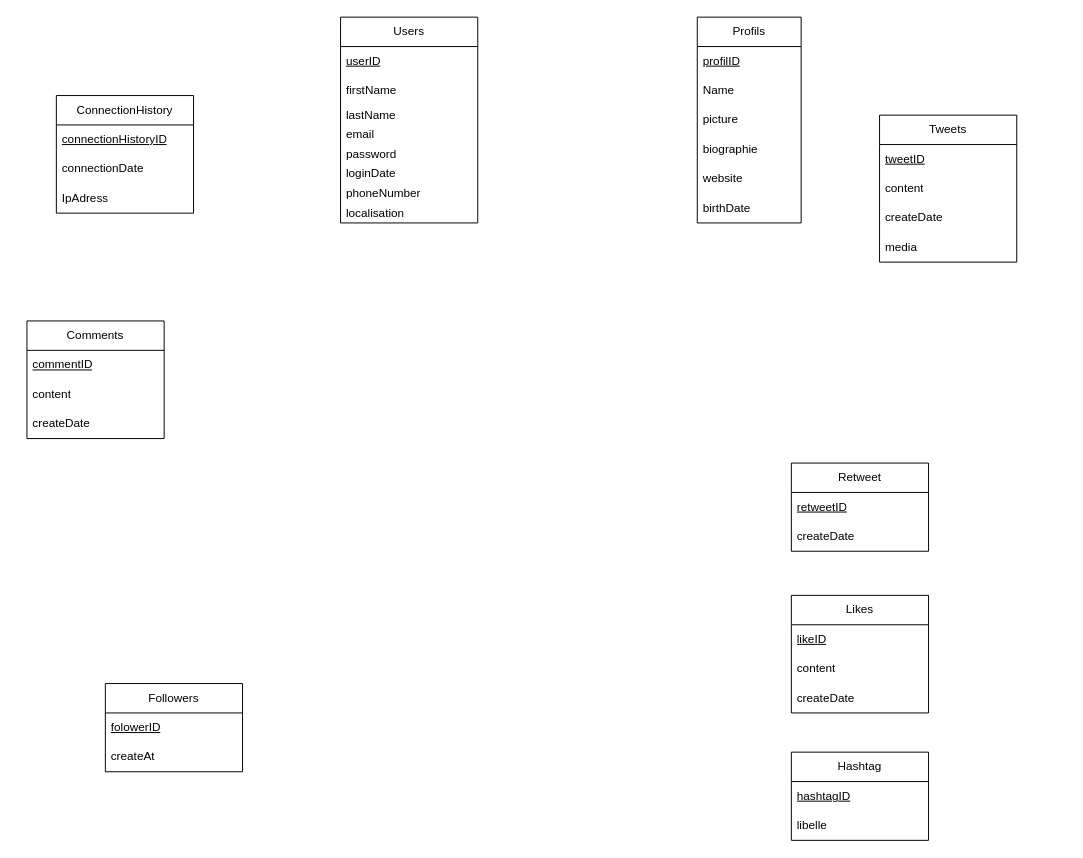
This is MCD XCLONE.drawio from Claude-Mutela/mcd-diagramme, a draw.io file, before an edit. Source tidied: cells renumbered, new cells numbered last; positions are measured from the earlier drawing's top-left corner, leaving out a move shared by most shapes. Both pictures are drawn from the tidied source at 98%, with x=0, y=0 at pixel (26, 17).
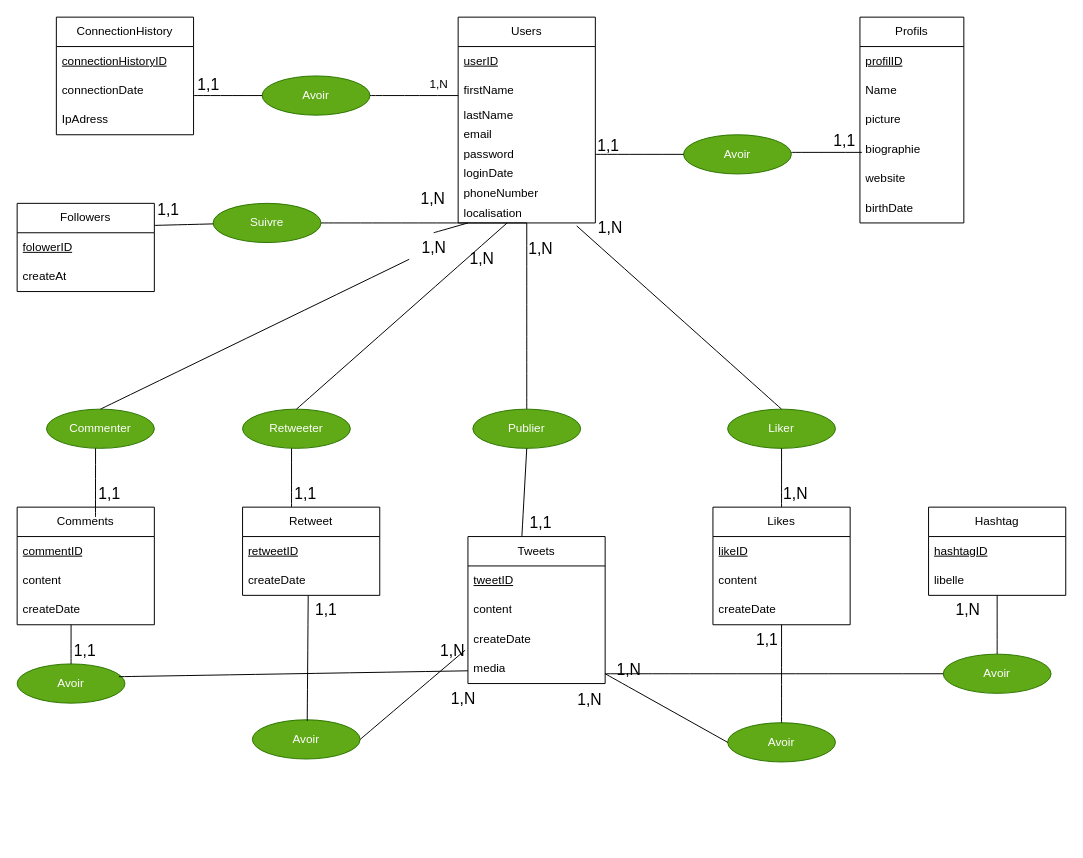
The same diagram, later.

Commit message:
Ajout des relations et cardinalité MCD XCLONE.drawio

The change refers to these unchanged cells:
```xml
<mxCell id="7" value="password" style="text;align=left;verticalAlign=middle;spacingLeft=4;spacingRight=4;overflow=hidden;points=[[0,0.5],[1,0.5]];portConstraint=eastwest;whiteSpace=wrap;html=1;" parent="2" vertex="1">
  <mxGeometry y="130" width="140" height="20" as="geometry" />
</mxCell>
<mxCell id="10" value="localisation" style="text;align=left;verticalAlign=middle;spacingLeft=4;spacingRight=4;overflow=hidden;points=[[0,0.5],[1,0.5]];portConstraint=eastwest;whiteSpace=wrap;html=1;" parent="2" vertex="1">
  <mxGeometry y="190" width="140" height="20" as="geometry" />
</mxCell>
<mxCell id="26" value="media" style="text;strokeColor=none;fillColor=none;align=left;verticalAlign=middle;spacingLeft=4;spacingRight=4;overflow=hidden;points=[[0,0.5],[1,0.5]];portConstraint=eastwest;whiteSpace=wrap;html=1;" parent="22" vertex="1">
  <mxGeometry y="120" width="140" height="30" as="geometry" />
</mxCell>
<mxCell id="30" value="createDate" style="text;strokeColor=none;fillColor=none;align=left;verticalAlign=middle;spacingLeft=4;spacingRight=4;overflow=hidden;points=[[0,0.5],[1,0.5]];portConstraint=eastwest;whiteSpace=wrap;html=1;" parent="27" vertex="1">
  <mxGeometry y="90" width="140" height="30" as="geometry" />
</mxCell>
```

Diff of the diagram source:
```diff
@@
     <mxCell id="2" value="Users" style="swimlane;fontStyle=0;horizontal=1;startSize=30;whiteSpace=wrap;html=1;" parent="1" vertex="1">
-      <mxGeometry x="320" width="140" height="210" as="geometry" />
+      <mxGeometry x="440" width="140" height="210" as="geometry" />
     </mxCell>
@@
     <mxCell id="11" value="Profils" style="swimlane;fontStyle=0;horizontal=1;startSize=30;whiteSpace=wrap;html=1;" parent="1" vertex="1">
-      <mxGeometry x="684" width="106" height="210" as="geometry" />
+      <mxGeometry x="850" width="106" height="210" as="geometry" />
     </mxCell>
@@
     <mxCell id="18" value="ConnectionHistory" style="swimlane;fontStyle=0;horizontal=1;startSize=30;whiteSpace=wrap;html=1;" parent="1" vertex="1">
-      <mxGeometry x="30" y="80" width="140" height="120" as="geometry" />
+      <mxGeometry x="30" width="140" height="120" as="geometry" />
     </mxCell>
@@
     <mxCell id="22" value="Tweets" style="swimlane;fontStyle=0;horizontal=1;startSize=30;whiteSpace=wrap;html=1;" parent="1" vertex="1">
-      <mxGeometry x="870" y="100" width="140" height="150" as="geometry" />
+      <mxGeometry x="450" y="530" width="140" height="150" as="geometry" />
     </mxCell>
@@
     <mxCell id="27" value="Comments" style="swimlane;fontStyle=0;horizontal=1;startSize=30;whiteSpace=wrap;html=1;" parent="1" vertex="1">
-      <mxGeometry y="310" width="140" height="120" as="geometry" />
+      <mxGeometry x="-10" y="500" width="140" height="120" as="geometry" />
     </mxCell>
@@
     <mxCell id="31" value="Likes" style="swimlane;fontStyle=0;horizontal=1;startSize=30;whiteSpace=wrap;html=1;" parent="1" vertex="1">
-      <mxGeometry x="780" y="590" width="140" height="120" as="geometry" />
+      <mxGeometry x="700" y="500" width="140" height="120" as="geometry" />
     </mxCell>
@@
     <mxCell id="35" value="Retweet" style="swimlane;fontStyle=0;horizontal=1;startSize=30;whiteSpace=wrap;html=1;" parent="1" vertex="1">
-      <mxGeometry x="780" y="455" width="140" height="90" as="geometry" />
+      <mxGeometry x="220" y="500" width="140" height="90" as="geometry" />
     </mxCell>
@@
     <mxCell id="38" value="Hashtag" style="swimlane;fontStyle=0;horizontal=1;startSize=30;whiteSpace=wrap;html=1;" parent="1" vertex="1">
-      <mxGeometry x="780" y="750" width="140" height="90" as="geometry" />
+      <mxGeometry x="920" y="500" width="140" height="90" as="geometry" />
     </mxCell>
@@
     <mxCell id="41" value="Followers" style="swimlane;fontStyle=0;horizontal=1;startSize=30;whiteSpace=wrap;html=1;" parent="1" vertex="1">
-      <mxGeometry x="80" y="680" width="140" height="90" as="geometry" />
+      <mxGeometry x="-10" y="190" width="140" height="90" as="geometry" />
     </mxCell>
@@
+    <mxCell id="44" value="Publier" style="ellipse;whiteSpace=wrap;html=1;fillColor=#60a917;fontColor=#ffffff;strokeColor=#2D7600;" parent="1" vertex="1">
+      <mxGeometry x="455" y="400" width="110" height="40" as="geometry" />
+    </mxCell>
+    <mxCell id="45" value="Commenter" style="ellipse;whiteSpace=wrap;html=1;fillColor=#60a917;fontColor=#ffffff;strokeColor=#2D7600;" parent="1" vertex="1">
+      <mxGeometry x="20" y="400" width="110" height="40" as="geometry" />
+    </mxCell>
+    <mxCell id="46" value="Liker" style="ellipse;whiteSpace=wrap;html=1;fillColor=#60a917;fontColor=#ffffff;strokeColor=#2D7600;" parent="1" vertex="1">
+      <mxGeometry x="715" y="400" width="110" height="40" as="geometry" />
+    </mxCell>
+    <mxCell id="47" value="Retweeter" style="ellipse;whiteSpace=wrap;html=1;fillColor=#60a917;fontColor=#ffffff;strokeColor=#2D7600;" parent="1" vertex="1">
+      <mxGeometry x="220" y="400" width="110" height="40" as="geometry" />
+    </mxCell>
+    <mxCell id="48" value="Suivre" style="ellipse;whiteSpace=wrap;html=1;fillColor=#60a917;fontColor=#ffffff;strokeColor=#2D7600;" parent="1" vertex="1">
+      <mxGeometry x="190" y="190" width="110" height="40" as="geometry" />
+    </mxCell>
+    <mxCell id="49" value="Avoir" style="ellipse;whiteSpace=wrap;html=1;fillColor=#60a917;fontColor=#ffffff;strokeColor=#2D7600;" parent="1" vertex="1">
+      <mxGeometry x="230" y="717" width="110" height="40" as="geometry" />
+    </mxCell>
+    <mxCell id="50" style="endArrow=none;html=1;rounded=0;fontSize=12;startSize=8;endSize=8;curved=1;exitX=0.5;exitY=0;exitDx=0;exitDy=0;" parent="1" edge="1" source="44">
+      <mxGeometry relative="1" as="geometry">
+        <mxPoint x="510" y="210" as="targetPoint" />
+      </mxGeometry>
+    </mxCell>
+    <mxCell id="51" style="endArrow=none;html=1;rounded=0;fontSize=12;startSize=8;endSize=8;curved=1;entryX=0.5;entryY=1;entryDx=0;entryDy=0;exitX=0.393;exitY=0;exitDx=0;exitDy=0;exitPerimeter=0;" parent="1" edge="1" source="22" target="44">
+      <mxGeometry relative="1" as="geometry" />
+    </mxCell>
+    <mxCell id="52" style="endArrow=none;html=1;rounded=0;fontSize=12;startSize=8;endSize=8;curved=1;entryX=0.864;entryY=1.15;entryDx=0;entryDy=0;entryPerimeter=0;exitX=0.5;exitY=0;exitDx=0;exitDy=0;" parent="1" edge="1" source="46" target="10">
+      <mxGeometry relative="1" as="geometry" />
+    </mxCell>
+    <mxCell id="53" style="endArrow=none;html=1;rounded=0;fontSize=12;startSize=8;endSize=8;curved=1;" parent="1" edge="1" source="31">
+      <mxGeometry relative="1" as="geometry">
+        <mxPoint x="770" y="440" as="targetPoint" />
+      </mxGeometry>
+    </mxCell>
+    <mxCell id="54" style="endArrow=none;html=1;rounded=0;fontSize=12;startSize=8;endSize=8;curved=1;exitX=0.5;exitY=0;exitDx=0;exitDy=0;" parent="1" edge="1" source="47">
+      <mxGeometry relative="1" as="geometry">
+        <mxPoint x="490" y="210" as="targetPoint" />
+      </mxGeometry>
+    </mxCell>
+    <mxCell id="55" style="endArrow=none;html=1;rounded=0;fontSize=12;startSize=8;endSize=8;curved=1;exitX=0.357;exitY=0;exitDx=0;exitDy=0;exitPerimeter=0;" parent="1" edge="1" source="35">
+      <mxGeometry relative="1" as="geometry">
+        <mxPoint x="270" y="440" as="targetPoint" />
+      </mxGeometry>
+    </mxCell>
+    <mxCell id="56" style="endArrow=none;html=1;rounded=0;fontSize=12;startSize=8;endSize=8;curved=1;exitX=0.5;exitY=0;exitDx=0;exitDy=0;" parent="1" edge="1" source="91">
+      <mxGeometry relative="1" as="geometry">
+        <mxPoint x="450" y="210" as="targetPoint" />
+      </mxGeometry>
+    </mxCell>
+    <mxCell id="57" style="endArrow=none;html=1;rounded=0;fontSize=12;startSize=8;endSize=8;curved=1;exitX=0.571;exitY=0.083;exitDx=0;exitDy=0;exitPerimeter=0;" parent="1" edge="1" source="27">
+      <mxGeometry relative="1" as="geometry">
+        <mxPoint x="70" y="440" as="targetPoint" />
+      </mxGeometry>
+    </mxCell>
+    <mxCell id="58" style="endArrow=none;html=1;rounded=0;fontSize=12;startSize=8;endSize=8;curved=1;exitX=1;exitY=0.5;exitDx=0;exitDy=0;" parent="1" edge="1" source="48">
+      <mxGeometry relative="1" as="geometry">
+        <mxPoint x="510" y="210" as="targetPoint" />
+      </mxGeometry>
+    </mxCell>
+    <mxCell id="59" style="endArrow=none;html=1;rounded=0;fontSize=12;startSize=8;endSize=8;curved=1;exitX=1;exitY=0.25;exitDx=0;exitDy=0;" parent="1" edge="1" source="41" target="48">
+      <mxGeometry relative="1" as="geometry" />
+    </mxCell>
+    <mxCell id="60" value="Avoir" style="ellipse;whiteSpace=wrap;html=1;fillColor=#60a917;fontColor=#ffffff;strokeColor=#2D7600;" parent="1" vertex="1">
+      <mxGeometry x="-10" y="660" width="110" height="40" as="geometry" />
+    </mxCell>
+    <mxCell id="61" value="Avoir" style="ellipse;whiteSpace=wrap;html=1;fillColor=#60a917;fontColor=#ffffff;strokeColor=#2D7600;" parent="1" vertex="1">
+      <mxGeometry x="715" y="720" width="110" height="40" as="geometry" />
+    </mxCell>
+    <mxCell id="62" value="Avoir" style="ellipse;whiteSpace=wrap;html=1;fillColor=#60a917;fontColor=#ffffff;strokeColor=#2D7600;" parent="1" vertex="1">
+      <mxGeometry x="935" y="650" width="110" height="40" as="geometry" />
+    </mxCell>
+    <mxCell id="63" style="endArrow=none;html=1;rounded=0;fontSize=12;startSize=8;endSize=8;curved=1;exitX=1;exitY=0.5;exitDx=0;exitDy=0;entryX=-0.021;entryY=-0.133;entryDx=0;entryDy=0;entryPerimeter=0;" parent="1" edge="1" source="49" target="26">
+      <mxGeometry relative="1" as="geometry" />
+    </mxCell>
+    <mxCell id="64" style="endArrow=none;html=1;rounded=0;fontSize=12;startSize=8;endSize=8;curved=1;" parent="1" edge="1">
+      <mxGeometry relative="1" as="geometry">
+        <mxPoint x="286" y="718" as="sourcePoint" />
+        <mxPoint x="287" y="590" as="targetPoint" />
+      </mxGeometry>
+    </mxCell>
+    <mxCell id="65" style="endArrow=none;html=1;rounded=0;fontSize=12;startSize=8;endSize=8;curved=1;entryX=0.393;entryY=1;entryDx=0;entryDy=0;entryPerimeter=0;exitX=0.5;exitY=0;exitDx=0;exitDy=0;" parent="1" edge="1" source="60" target="30">
+      <mxGeometry relative="1" as="geometry" />
+    </mxCell>
+    <mxCell id="66" style="endArrow=none;html=1;rounded=0;fontSize=12;startSize=8;endSize=8;curved=1;exitX=0.936;exitY=0.15;exitDx=0;exitDy=0;exitPerimeter=0;" parent="1" edge="1">
+      <mxGeometry relative="1" as="geometry">
+        <mxPoint x="93.9" y="673" as="sourcePoint" />
+        <mxPoint x="450" y="667" as="targetPoint" />
+      </mxGeometry>
+    </mxCell>
+    <mxCell id="67" style="endArrow=none;html=1;rounded=0;fontSize=12;startSize=8;endSize=8;curved=1;entryX=0;entryY=0.5;entryDx=0;entryDy=0;" parent="1" edge="1" target="61">
+      <mxGeometry relative="1" as="geometry">
+        <mxPoint x="590" y="670" as="sourcePoint" />
+      </mxGeometry>
+    </mxCell>
+    <mxCell id="68" style="endArrow=none;html=1;rounded=0;fontSize=12;startSize=8;endSize=8;curved=1;exitX=0.5;exitY=0;exitDx=0;exitDy=0;" parent="1" edge="1" source="61">
+      <mxGeometry relative="1" as="geometry">
+        <mxPoint x="770" y="620" as="targetPoint" />
+      </mxGeometry>
+    </mxCell>
+    <mxCell id="69" style="endArrow=none;html=1;rounded=0;fontSize=12;startSize=8;endSize=8;curved=1;" parent="1" edge="1" target="62">
+      <mxGeometry relative="1" as="geometry">
+        <mxPoint x="590" y="670" as="sourcePoint" />
+      </mxGeometry>
+    </mxCell>
+    <mxCell id="70" style="endArrow=none;html=1;rounded=0;fontSize=12;startSize=8;endSize=8;curved=1;exitX=0.5;exitY=0;exitDx=0;exitDy=0;" parent="1" edge="1" source="62">
+      <mxGeometry relative="1" as="geometry">
+        <mxPoint x="990" y="590" as="targetPoint" />
+      </mxGeometry>
+    </mxCell>
+    <mxCell id="71" value="Avoir" style="ellipse;whiteSpace=wrap;html=1;fillColor=#60a917;fontColor=#ffffff;strokeColor=#2D7600;" parent="1" vertex="1">
+      <mxGeometry x="670" y="120" width="110" height="40" as="geometry" />
+    </mxCell>
+    <mxCell id="72" style="endArrow=none;html=1;rounded=0;fontSize=12;startSize=8;endSize=8;curved=1;exitX=1;exitY=0.5;exitDx=0;exitDy=0;" parent="1" edge="1" source="7" target="71">
+      <mxGeometry relative="1" as="geometry" />
+    </mxCell>
+    <mxCell id="73" style="endArrow=none;html=1;rounded=0;fontSize=12;startSize=8;endSize=8;curved=1;entryX=0.019;entryY=0.733;entryDx=0;entryDy=0;entryPerimeter=0;" parent="1" edge="1">
+      <mxGeometry relative="1" as="geometry">
+        <mxPoint x="780" y="138" as="sourcePoint" />
+        <mxPoint x="852" y="138" as="targetPoint" />
+      </mxGeometry>
+    </mxCell>
+    <mxCell id="74" value="Avoir" style="ellipse;whiteSpace=wrap;html=1;fillColor=#60a917;fontColor=#ffffff;strokeColor=#2D7600;" parent="1" vertex="1">
+      <mxGeometry x="240" y="60" width="110" height="40" as="geometry" />
+    </mxCell>
+    <mxCell id="75" style="endArrow=none;html=1;rounded=0;fontSize=12;startSize=8;endSize=8;curved=1;exitX=1;exitY=0.5;exitDx=0;exitDy=0;" parent="1" edge="1" source="74">
+      <mxGeometry relative="1" as="geometry">
+        <mxPoint x="440" y="80" as="targetPoint" />
+      </mxGeometry>
+    </mxCell>
+    <mxCell id="76" value="1,N" style="edgeLabel;html=1;align=center;verticalAlign=middle;fontSize=12;" parent="75" vertex="1">
+      <mxGeometry x="0.53" y="3" relative="1" as="geometry">
+        <mxPoint y="-9" as="offset" />
+      </mxGeometry>
+    </mxCell>
+    <mxCell id="77" style="endArrow=none;html=1;rounded=0;fontSize=12;startSize=8;endSize=8;curved=1;" parent="1" edge="1" target="74">
+      <mxGeometry relative="1" as="geometry">
+        <mxPoint x="170" y="80" as="sourcePoint" />
+      </mxGeometry>
+    </mxCell>
+    <mxCell id="78" value="1,1" style="text;html=1;align=center;verticalAlign=middle;strokeColor=none;fillColor=none;fontSize=16;" parent="1" vertex="1">
+      <mxGeometry x="160" y="54" width="50" height="30" as="geometry" />
+    </mxCell>
+    <mxCell id="79" value="1,1" style="text;html=1;align=center;verticalAlign=middle;strokeColor=none;fillColor=none;fontSize=16;" parent="1" vertex="1">
+      <mxGeometry x="568" y="116" width="50" height="30" as="geometry" />
+    </mxCell>
+    <mxCell id="80" value="1,1" style="text;html=1;align=center;verticalAlign=middle;strokeColor=none;fillColor=none;fontSize=16;" parent="1" vertex="1">
+      <mxGeometry x="809" y="111" width="50" height="30" as="geometry" />
+    </mxCell>
+    <mxCell id="81" value="1,N" style="text;html=1;align=center;verticalAlign=middle;strokeColor=none;fillColor=none;fontSize=16;" parent="1" vertex="1">
+      <mxGeometry x="570" y="200" width="50" height="30" as="geometry" />
+    </mxCell>
+    <mxCell id="82" value="1,N" style="text;html=1;align=center;verticalAlign=middle;strokeColor=none;fillColor=none;fontSize=16;" parent="1" vertex="1">
+      <mxGeometry x="589" y="651" width="50" height="30" as="geometry" />
+    </mxCell>
+    <mxCell id="83" value="1,N" style="text;html=1;align=center;verticalAlign=middle;strokeColor=none;fillColor=none;fontSize=16;" parent="1" vertex="1">
+      <mxGeometry x="935" y="590" width="50" height="30" as="geometry" />
+    </mxCell>
+    <mxCell id="84" value="1,N" style="text;html=1;align=center;verticalAlign=middle;strokeColor=none;fillColor=none;fontSize=16;" parent="1" vertex="1">
+      <mxGeometry x="549" y="681" width="50" height="30" as="geometry" />
+    </mxCell>
+    <mxCell id="85" value="1,1" style="text;html=1;align=center;verticalAlign=middle;strokeColor=none;fillColor=none;fontSize=16;" parent="1" vertex="1">
+      <mxGeometry x="730" y="620" width="50" height="30" as="geometry" />
+    </mxCell>
+    <mxCell id="86" value="1,N" style="text;html=1;align=center;verticalAlign=middle;strokeColor=none;fillColor=none;fontSize=16;" parent="1" vertex="1">
+      <mxGeometry x="409" y="631" width="50" height="30" as="geometry" />
+    </mxCell>
+    <mxCell id="87" value="1,N" style="text;html=1;align=center;verticalAlign=middle;strokeColor=none;fillColor=none;fontSize=16;" parent="1" vertex="1">
+      <mxGeometry x="420" y="680" width="50" height="30" as="geometry" />
+    </mxCell>
+    <mxCell id="88" value="1,1" style="text;html=1;align=center;verticalAlign=middle;strokeColor=none;fillColor=none;fontSize=16;" parent="1" vertex="1">
+      <mxGeometry x="280" y="590" width="50" height="30" as="geometry" />
+    </mxCell>
+    <mxCell id="89" value="1,1" style="text;html=1;align=center;verticalAlign=middle;strokeColor=none;fillColor=none;fontSize=16;" parent="1" vertex="1">
+      <mxGeometry x="34" y="631" width="50" height="30" as="geometry" />
+    </mxCell>
+    <mxCell id="90" style="endArrow=none;html=1;rounded=0;fontSize=12;startSize=8;endSize=8;curved=1;exitX=0.5;exitY=0;exitDx=0;exitDy=0;" parent="1" edge="1" source="45" target="91">
+      <mxGeometry relative="1" as="geometry" />
+    </mxCell>
+    <mxCell id="91" value="1,N" style="text;html=1;align=center;verticalAlign=middle;points=[];strokeColor=none;fillColor=none;fontSize=16;" parent="1" vertex="1">
+      <mxGeometry x="390" y="220" width="50" height="30" as="geometry" />
+    </mxCell>
+    <mxCell id="92" value="1,N" style="text;html=1;align=center;verticalAlign=middle;strokeColor=none;fillColor=none;fontSize=16;" parent="1" vertex="1">
+      <mxGeometry x="439" y="231" width="50" height="30" as="geometry" />
+    </mxCell>
+    <mxCell id="93" value="1,N" style="text;html=1;align=center;verticalAlign=middle;strokeColor=none;fillColor=none;fontSize=16;" parent="1" vertex="1">
+      <mxGeometry x="499" y="221" width="50" height="30" as="geometry" />
+    </mxCell>
+    <mxCell id="94" value="1,1" style="text;html=1;align=center;verticalAlign=middle;strokeColor=none;fillColor=none;fontSize=16;" parent="1" vertex="1">
+      <mxGeometry x="59" y="471" width="50" height="30" as="geometry" />
+    </mxCell>
+    <mxCell id="95" value="1,1" style="text;html=1;align=center;verticalAlign=middle;strokeColor=none;fillColor=none;fontSize=16;" parent="1" vertex="1">
+      <mxGeometry x="259" y="471" width="50" height="30" as="geometry" />
+    </mxCell>
+    <mxCell id="96" value="1,1" style="text;html=1;align=center;verticalAlign=middle;strokeColor=none;fillColor=none;fontSize=16;" parent="1" vertex="1">
+      <mxGeometry x="499" y="501" width="50" height="30" as="geometry" />
+    </mxCell>
+    <mxCell id="97" value="1,N" style="text;html=1;align=center;verticalAlign=middle;strokeColor=none;fillColor=none;fontSize=16;" parent="1" vertex="1">
+      <mxGeometry x="759" y="471" width="50" height="30" as="geometry" />
+    </mxCell>
+    <mxCell id="98" value="1,N" style="text;html=1;align=center;verticalAlign=middle;strokeColor=none;fillColor=none;fontSize=16;" parent="1" vertex="1">
+      <mxGeometry x="389" y="170" width="50" height="30" as="geometry" />
+    </mxCell>
+    <mxCell id="99" value="1,1" style="text;html=1;align=center;verticalAlign=middle;strokeColor=none;fillColor=none;fontSize=16;" parent="1" vertex="1">
+      <mxGeometry x="119" y="181" width="50" height="30" as="geometry" />
+    </mxCell>
```
